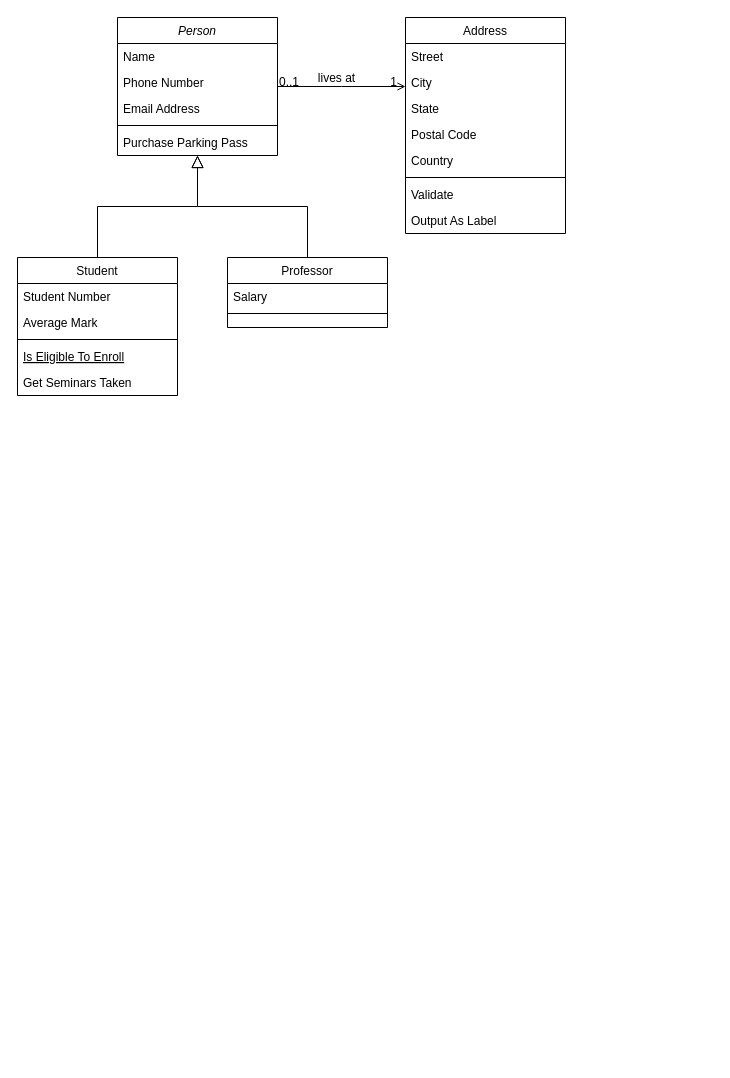
Earlier version of the draw.io diagram precomputed.drawio (paridas0813/WebApp). Source tidied: cells renumbered, new cells numbered last; positions are measured from the earlier drawing's top-left corner, leaving out a move shared by most shapes. Both pictures are drawn from the tidied source at 100%, with x=0, y=0 at pixel (17, 17).
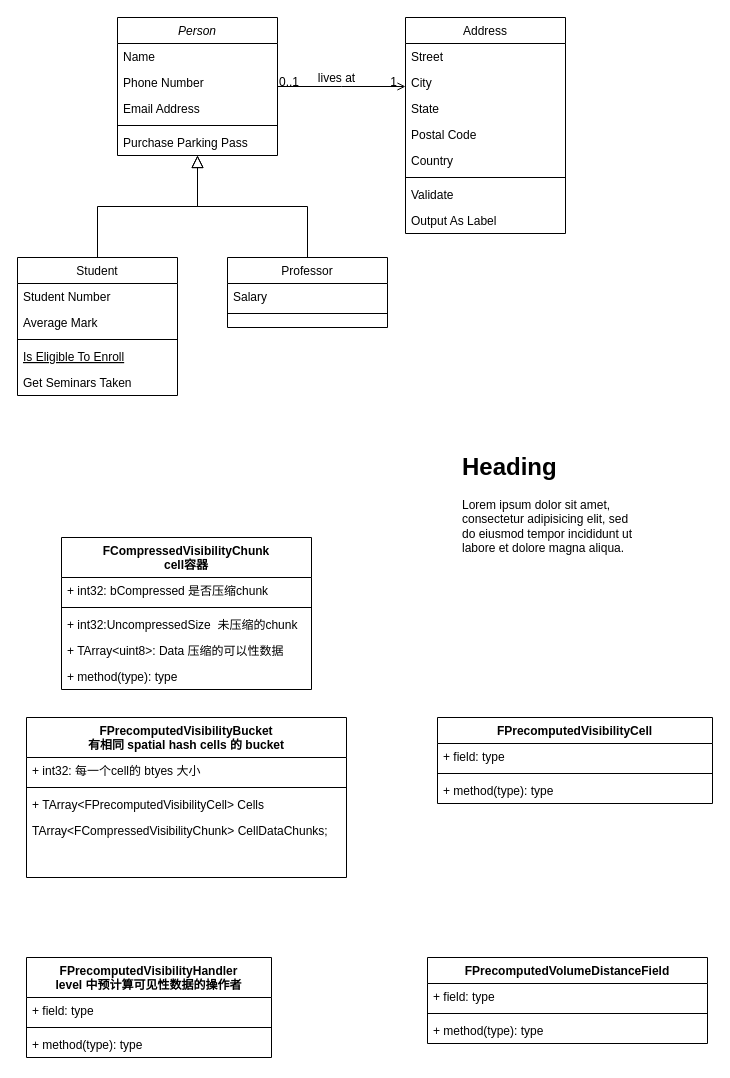
Above is the later version.

Change to the diagram source:
```diff
@@
+    <mxCell id="32" value="FCompressedVisibilityChunk &#10;cell容器" style="swimlane;fontStyle=1;align=center;verticalAlign=top;horizontal=1;startSize=40;" parent="1" vertex="1">
+      <mxGeometry x="44" y="520" width="250" height="152" as="geometry" />
+    </mxCell>
+    <mxCell id="33" value="+ int32: bCompressed 是否压缩chunk" style="text;strokeColor=none;fillColor=none;align=left;verticalAlign=top;spacingLeft=4;spacingRight=4;overflow=hidden;" parent="32" vertex="1">
+      <mxGeometry y="40" width="250" height="26" as="geometry" />
+    </mxCell>
+    <mxCell id="34" style="line;strokeWidth=1;fillColor=none;align=left;verticalAlign=middle;spacingTop=-1;spacingLeft=3;spacingRight=3;labelPosition=right;" parent="32" vertex="1">
+      <mxGeometry y="66" width="250" height="8" as="geometry" />
+    </mxCell>
+    <mxCell id="35" value="+ int32:UncompressedSize  未压缩的chunk&#10;" style="text;strokeColor=none;fillColor=none;align=left;verticalAlign=top;spacingLeft=4;spacingRight=4;overflow=hidden;" parent="32" vertex="1">
+      <mxGeometry y="74" width="250" height="26" as="geometry" />
+    </mxCell>
+    <mxCell id="36" value="+ TArray&lt;uint8&gt;: Data 压缩的可以性数据" style="text;strokeColor=none;fillColor=none;align=left;verticalAlign=top;spacingLeft=4;spacingRight=4;overflow=hidden;" parent="32" vertex="1">
+      <mxGeometry y="100" width="250" height="26" as="geometry" />
+    </mxCell>
+    <mxCell id="37" value="+ method(type): type" style="text;strokeColor=none;fillColor=none;align=left;verticalAlign=top;spacingLeft=4;spacingRight=4;overflow=hidden;" parent="32" vertex="1">
+      <mxGeometry y="126" width="250" height="26" as="geometry" />
+    </mxCell>
+    <mxCell id="38" value="&lt;h1&gt;Heading&lt;/h1&gt;&lt;p&gt;Lorem ipsum dolor sit amet, consectetur adipisicing elit, sed do eiusmod tempor incididunt ut labore et dolore magna aliqua.&lt;/p&gt;" style="text;html=1;strokeColor=none;fillColor=none;spacing=5;spacingTop=-20;whiteSpace=wrap;overflow=hidden;rounded=0;" parent="1" vertex="1">
+      <mxGeometry x="440" y="430" width="190" height="120" as="geometry" />
+    </mxCell>
+    <mxCell id="39" value="FPrecomputedVisibilityBucket&#10;有相同 spatial hash cells 的 bucket" style="swimlane;fontStyle=1;align=center;verticalAlign=top;horizontal=1;startSize=40;" parent="1" vertex="1">
+      <mxGeometry x="9" y="700" width="320" height="160" as="geometry" />
+    </mxCell>
+    <mxCell id="40" value="+ int32: 每一个cell的 btyes 大小" style="text;strokeColor=none;fillColor=none;align=left;verticalAlign=top;spacingLeft=4;spacingRight=4;overflow=hidden;" parent="39" vertex="1">
+      <mxGeometry y="40" width="320" height="26" as="geometry" />
+    </mxCell>
+    <mxCell id="41" style="line;strokeWidth=1;fillColor=none;align=left;verticalAlign=middle;spacingTop=-1;spacingLeft=3;spacingRight=3;labelPosition=right;" parent="39" vertex="1">
+      <mxGeometry y="66" width="320" height="8" as="geometry" />
+    </mxCell>
+    <mxCell id="42" value="+ TArray&lt;FPrecomputedVisibilityCell&gt; Cells" style="text;strokeColor=none;fillColor=none;align=left;verticalAlign=top;spacingLeft=4;spacingRight=4;overflow=hidden;" parent="39" vertex="1">
+      <mxGeometry y="74" width="320" height="26" as="geometry" />
+    </mxCell>
+    <mxCell id="43" value=" TArray&lt;FCompressedVisibilityChunk&gt; CellDataChunks;&#10;" style="text;strokeColor=none;fillColor=none;align=left;verticalAlign=top;spacingLeft=4;spacingRight=4;overflow=hidden;" parent="39" vertex="1">
+      <mxGeometry y="100" width="320" height="60" as="geometry" />
+    </mxCell>
+    <mxCell id="44" value="FPrecomputedVisibilityCell" style="swimlane;fontStyle=1;align=center;verticalAlign=top;horizontal=1;startSize=26;" parent="1" vertex="1">
+      <mxGeometry x="420" y="700" width="275" height="86" as="geometry" />
+    </mxCell>
+    <mxCell id="45" value="+ field: type" style="text;strokeColor=none;fillColor=none;align=left;verticalAlign=top;spacingLeft=4;spacingRight=4;overflow=hidden;" parent="44" vertex="1">
+      <mxGeometry y="26" width="275" height="26" as="geometry" />
+    </mxCell>
+    <mxCell id="46" style="line;strokeWidth=1;fillColor=none;align=left;verticalAlign=middle;spacingTop=-1;spacingLeft=3;spacingRight=3;labelPosition=right;" parent="44" vertex="1">
+      <mxGeometry y="52" width="275" height="8" as="geometry" />
+    </mxCell>
+    <mxCell id="47" value="+ method(type): type" style="text;strokeColor=none;fillColor=none;align=left;verticalAlign=top;spacingLeft=4;spacingRight=4;overflow=hidden;" parent="44" vertex="1">
+      <mxGeometry y="60" width="275" height="26" as="geometry" />
+    </mxCell>
+    <mxCell id="48" value="FPrecomputedVisibilityHandler&#10;level 中预计算可见性数据的操作者" style="swimlane;fontStyle=1;align=center;verticalAlign=top;horizontal=1;startSize=40;" parent="1" vertex="1">
+      <mxGeometry x="9" y="940" width="245" height="100" as="geometry" />
+    </mxCell>
+    <mxCell id="49" value="+ field: type" style="text;strokeColor=none;fillColor=none;align=left;verticalAlign=top;spacingLeft=4;spacingRight=4;overflow=hidden;" parent="48" vertex="1">
+      <mxGeometry y="40" width="245" height="26" as="geometry" />
+    </mxCell>
+    <mxCell id="50" style="line;strokeWidth=1;fillColor=none;align=left;verticalAlign=middle;spacingTop=-1;spacingLeft=3;spacingRight=3;labelPosition=right;" parent="48" vertex="1">
+      <mxGeometry y="66" width="245" height="8" as="geometry" />
+    </mxCell>
+    <mxCell id="51" value="+ method(type): type" style="text;strokeColor=none;fillColor=none;align=left;verticalAlign=top;spacingLeft=4;spacingRight=4;overflow=hidden;" parent="48" vertex="1">
+      <mxGeometry y="74" width="245" height="26" as="geometry" />
+    </mxCell>
+    <mxCell id="52" value="FPrecomputedVolumeDistanceField" style="swimlane;fontStyle=1;align=center;verticalAlign=top;horizontal=1;startSize=26;" parent="1" vertex="1">
+      <mxGeometry x="410" y="940" width="280" height="86" as="geometry" />
+    </mxCell>
+    <mxCell id="53" value="+ field: type" style="text;strokeColor=none;fillColor=none;align=left;verticalAlign=top;spacingLeft=4;spacingRight=4;overflow=hidden;" parent="52" vertex="1">
+      <mxGeometry y="26" width="280" height="26" as="geometry" />
+    </mxCell>
+    <mxCell id="54" style="line;strokeWidth=1;fillColor=none;align=left;verticalAlign=middle;spacingTop=-1;spacingLeft=3;spacingRight=3;labelPosition=right;" parent="52" vertex="1">
+      <mxGeometry y="52" width="280" height="8" as="geometry" />
+    </mxCell>
+    <mxCell id="55" value="+ method(type): type" style="text;strokeColor=none;fillColor=none;align=left;verticalAlign=top;spacingLeft=4;spacingRight=4;overflow=hidden;" parent="52" vertex="1">
+      <mxGeometry y="60" width="280" height="26" as="geometry" />
+    </mxCell>
```
